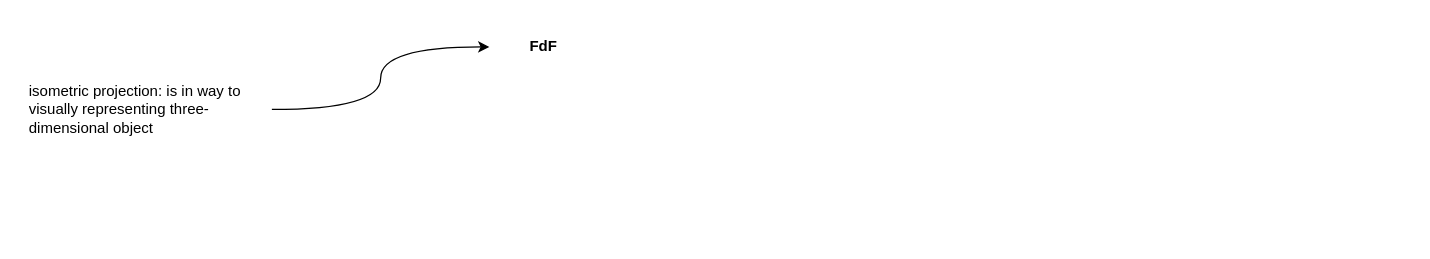
raynlamlaika/Fdf keeps this draw.io diagram as graph.drawio. Above is the earlier version. Source tidied: cells renumbered, new cells numbered last; positions are measured from the earlier drawing's top-left corner, leaving out a move shared by most shapes. Both pictures are drawn from the tidied source at 125%, with x=0, y=0 at pixel (21, 21).
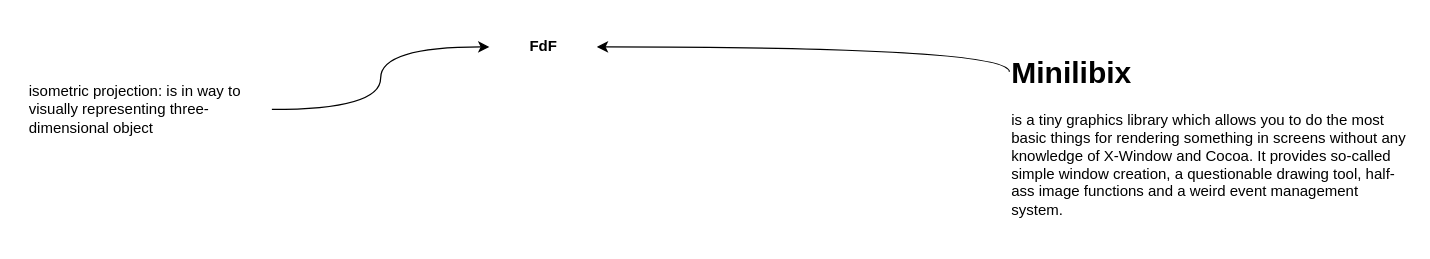
After the change.

Change to the diagram source:
```diff
@@
 <mxGraphModel>
   <root>
     <mxCell id="0" />
     <mxCell id="1" parent="0" />
     <mxCell id="2" value="FdF" style="text;align=center;fontStyle=1;verticalAlign=middle;spacingLeft=3;spacingRight=3;strokeColor=none;points=[[0,0.5],[1,0.5]];portConstraint=eastwest;html=1;" parent="1" vertex="1">
       <mxGeometry x="374" width="86" height="40" as="geometry" />
     </mxCell>
     <mxCell id="3" style="edgeStyle=orthogonalEdgeStyle;rounded=0;jettySize=auto;html=1;exitX=1;exitY=0.5;exitDx=0;exitDy=0;entryX=0;entryY=0.5;entryDx=0;entryDy=0;curved=1;" parent="1" edge="1" source="4" target="2">
       <mxGeometry relative="1" as="geometry" />
     </mxCell>
     <mxCell id="4" value="isometric projection: is in way to visually representing three-dimensional object" style="text;strokeColor=none;fillColor=none;align=left;verticalAlign=middle;spacingLeft=4;spacingRight=4;overflow=hidden;points=[[0,0.5],[1,0.5]];portConstraint=eastwest;whiteSpace=wrap;html=1;" parent="1" vertex="1">
       <mxGeometry y="40" width="200" height="60" as="geometry" />
     </mxCell>
+    <mxCell id="5" style="edgeStyle=orthogonalEdgeStyle;rounded=0;jettySize=auto;html=1;exitX=0;exitY=0.133;exitDx=0;exitDy=0;curved=1;exitPerimeter=0;" parent="1" edge="1" source="6">
+      <mxGeometry relative="1" as="geometry">
+        <mxPoint x="460" y="20" as="targetPoint" />
+        <Array as="points">
+          <mxPoint x="790" y="20" />
+        </Array>
+      </mxGeometry>
+    </mxCell>
+    <mxCell id="6" value="&lt;h1 style=&quot;margin-top: 0px;&quot;&gt;Minilibix&lt;/h1&gt;&lt;div&gt;is a tiny graphics library which allows you to do the most basic things for rendering something in screens without any knowledge of X-Window and Cocoa. It provides so-called simple window creation, a questionable drawing tool, half-ass image functions and a weird event management system.&lt;br&gt;&lt;/div&gt;&lt;p&gt;&lt;br&gt;&lt;/p&gt;" style="text;html=1;whiteSpace=wrap;overflow=hidden;rounded=0;" parent="1" vertex="1">
+      <mxGeometry x="790" y="20" width="320" height="150" as="geometry" />
+    </mxCell>
   </root>
 </mxGraphModel>
```
